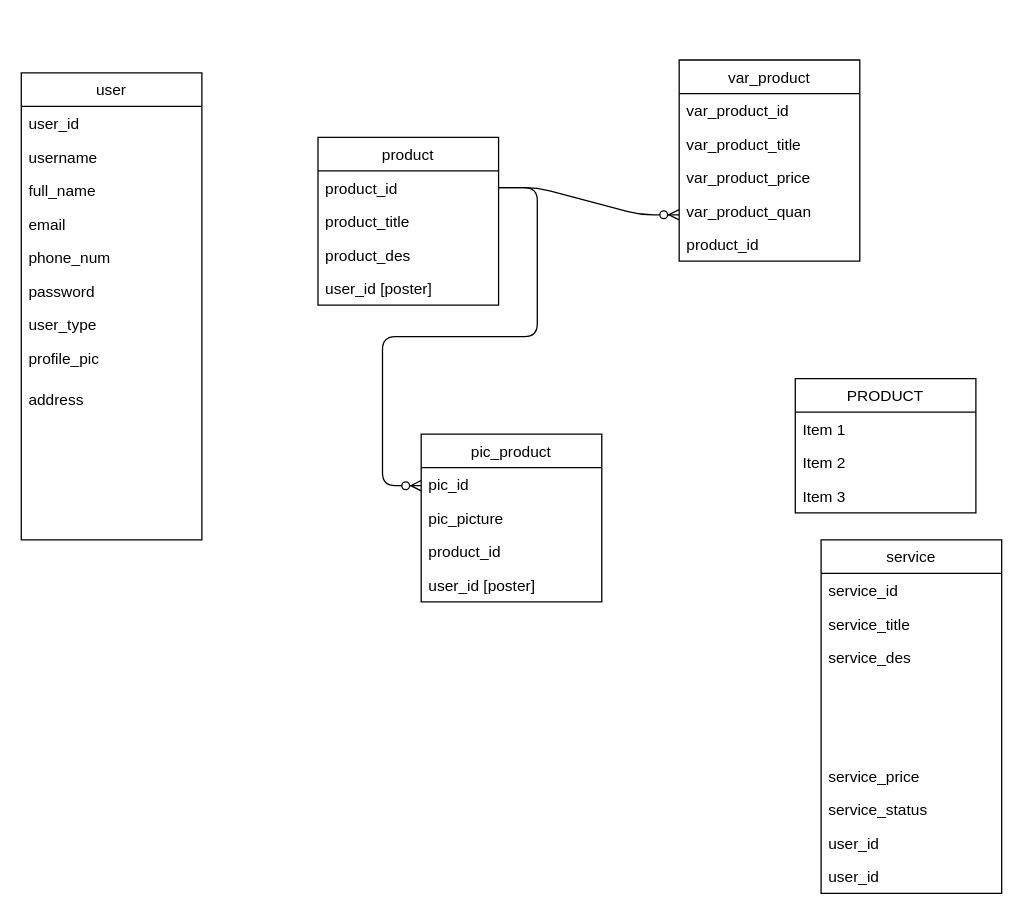
Above: Untitled Diagram.drawio in aqilanwar/iium-v (draw.io), before the change. Source tidied: cells renumbered, new cells numbered last; positions are measured from the earlier drawing's top-left corner, leaving out a move shared by most shapes. Both pictures are drawn from the tidied source at 129%, with x=0, y=0 at pixel (21, 59).
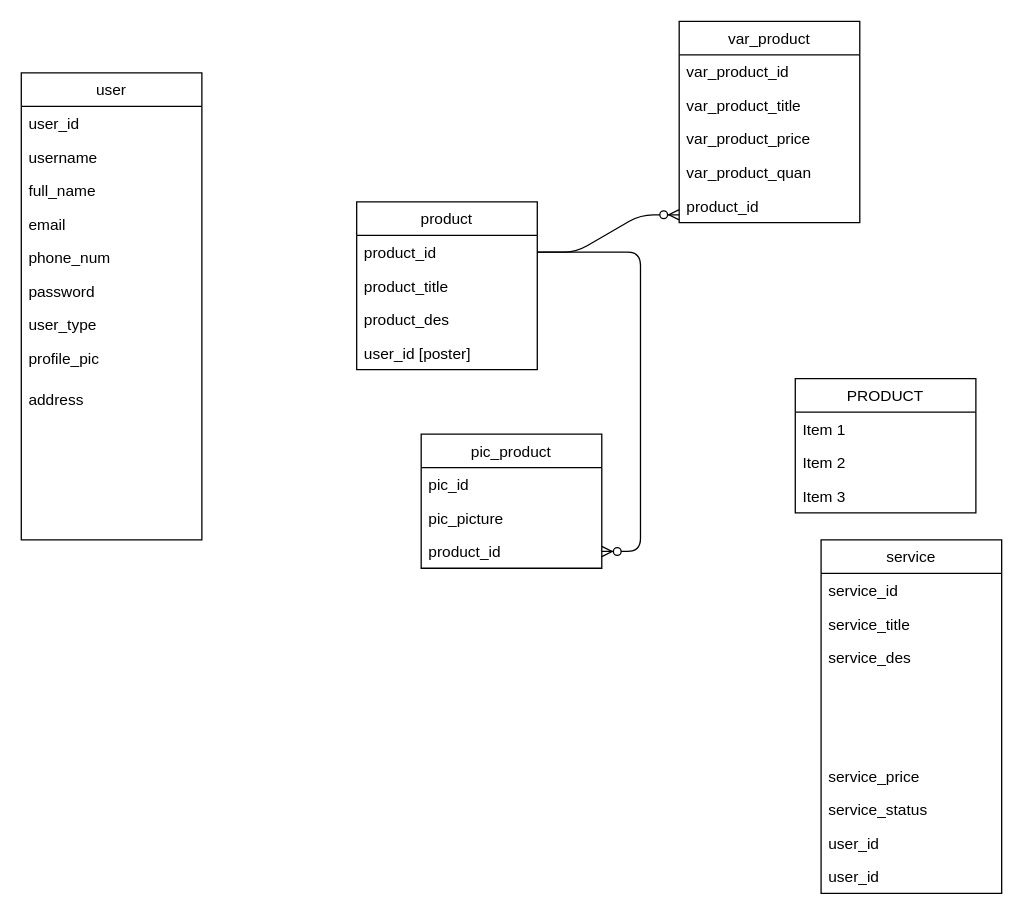
Above is the later version.

Unchanged cells that the change refers to:
```xml
<mxCell id="31" value="product_id" style="text;strokeColor=none;fillColor=none;align=left;verticalAlign=top;spacingLeft=4;spacingRight=4;overflow=hidden;points=[[0,0.5],[1,0.5]];portConstraint=eastwest;" parent="30" vertex="1">
  <mxGeometry y="26" width="140" height="26" as="geometry" />
</mxCell>
<mxCell id="40" value="product_id" style="text;strokeColor=none;fillColor=none;align=left;verticalAlign=top;spacingLeft=4;spacingRight=4;overflow=hidden;points=[[0,0.5],[1,0.5]];portConstraint=eastwest;" parent="37" vertex="1">
  <mxGeometry y="78" width="140" height="26" as="geometry" />
</mxCell>
```

Change to the diagram source:
```diff
@@
     <mxCell id="20" value="var_product" style="swimlane;fontStyle=0;horizontal=1;startSize=26;fillColor=none;" parent="1" vertex="1">
-      <mxGeometry x="510" width="140" height="156" as="geometry" />
+      <mxGeometry x="510" y="-30" width="140" height="156" as="geometry" />
     </mxCell>
@@
     <mxCell id="30" value="product" style="swimlane;fontStyle=0;horizontal=1;startSize=26;fillColor=none;" parent="1" vertex="1">
-      <mxGeometry x="230" y="60" width="140" height="130" as="geometry" />
+      <mxGeometry x="260" y="110" width="140" height="130" as="geometry" />
     </mxCell>
@@
-    <mxCell id="36" style="edgeStyle=entityRelationEdgeStyle;fontSize=12;html=1;endArrow=ERzeroToMany;endFill=1;" parent="1" edge="1" source="31">
-      <mxGeometry relative="1" as="geometry">
-        <mxPoint x="310" y="330" as="targetPoint" />
-      </mxGeometry>
+    <mxCell id="36" style="edgeStyle=entityRelationEdgeStyle;fontSize=12;html=1;endArrow=ERzeroToMany;endFill=1;" parent="1" edge="1" source="31" target="40">
+      <mxGeometry relative="1" as="geometry" />
     </mxCell>
     <mxCell id="37" value="pic_product" style="swimlane;fontStyle=0;horizontal=1;startSize=26;fillColor=none;" parent="1" vertex="1">
-      <mxGeometry x="310" y="290" width="140" height="130" as="geometry" />
+      <mxGeometry x="310" y="290" width="140" height="104" as="geometry" />
     </mxCell>
@@
-    <mxCell id="41" value="user_id [poster]" style="text;strokeColor=none;fillColor=none;align=left;verticalAlign=top;spacingLeft=4;spacingRight=4;overflow=hidden;" parent="37" vertex="1">
-      <mxGeometry y="104" width="140" height="26" as="geometry" />
-    </mxCell>
```
